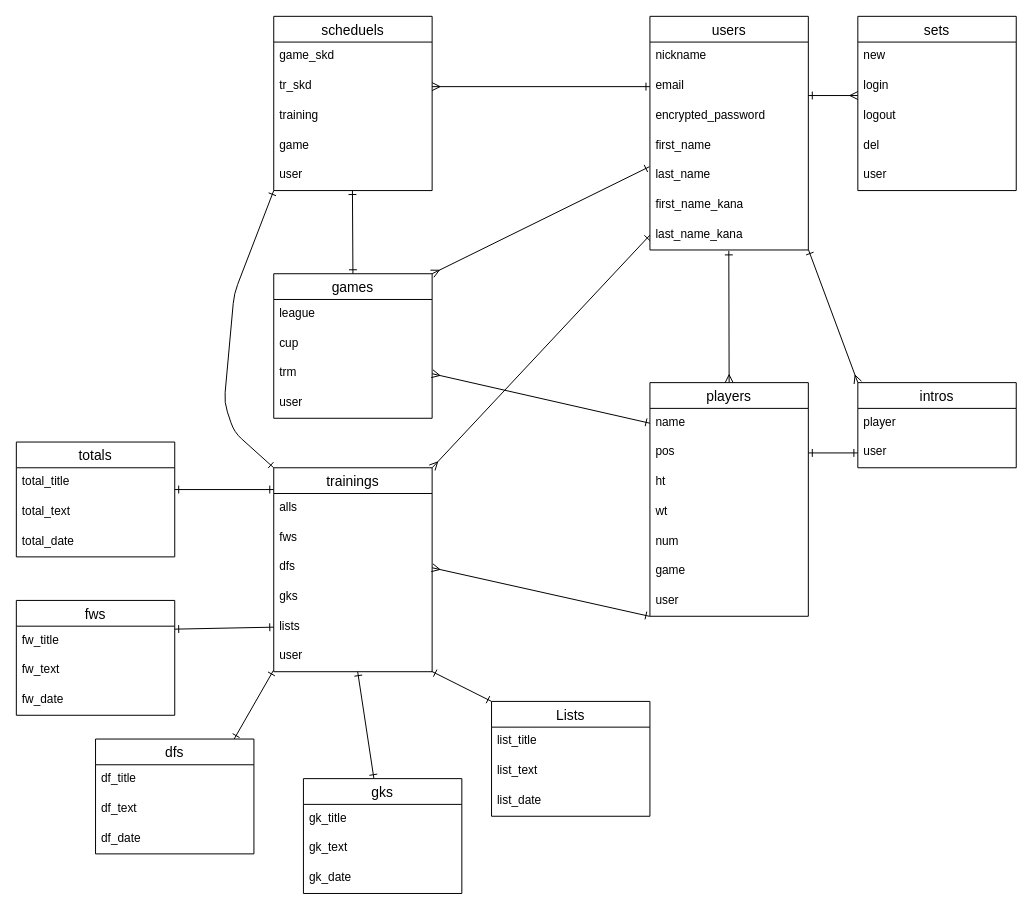
Before: test.dio in 120-seto/teammg, a draw.io diagram. Source tidied: cells renumbered, new cells numbered last; positions are measured from the earlier drawing's top-left corner, leaving out a move shared by most shapes. Both pictures are drawn from the tidied source at 99%, with x=0, y=0 at pixel (16, 16).
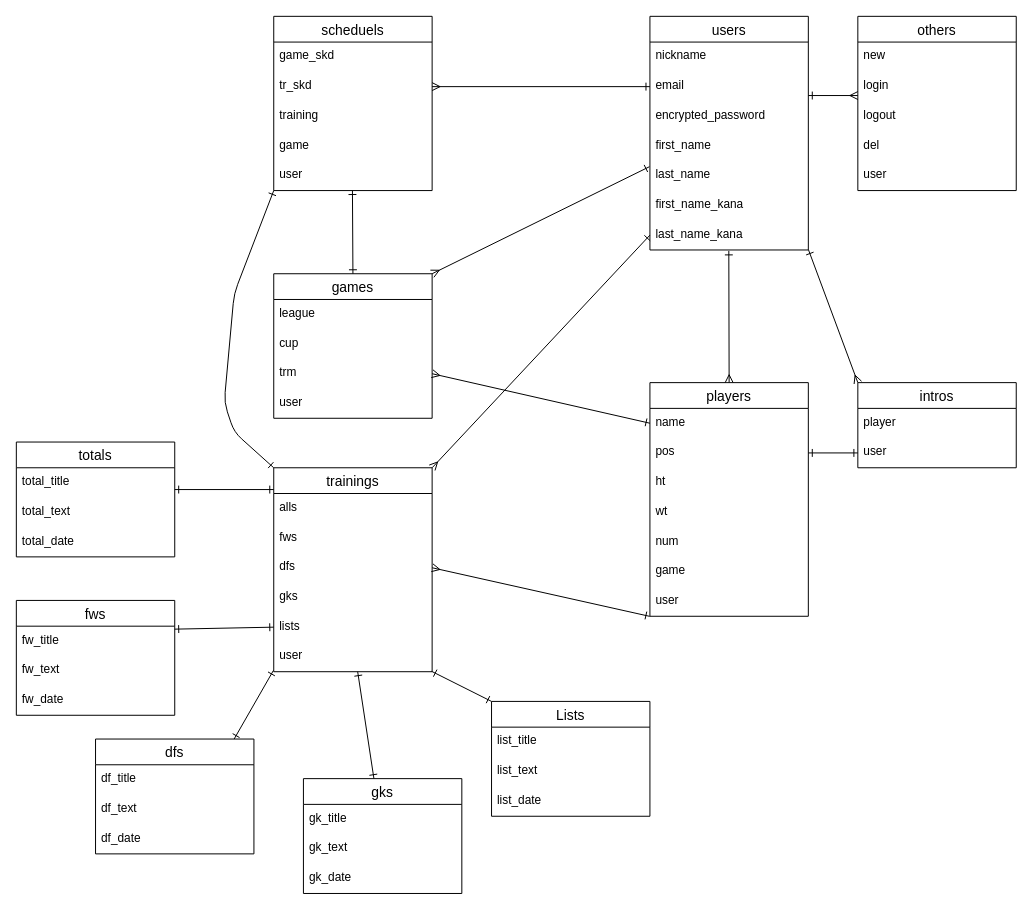
Above is the later version.

What changed in the source:
```diff
@@
-    <mxCell id="31" value="sets" style="swimlane;fontStyle=0;horizontal=1;startSize=26;align=center;fontSize=14;" parent="1" vertex="1">
+    <mxCell id="31" value="others" style="swimlane;fontStyle=0;horizontal=1;startSize=26;align=center;fontSize=14;" parent="1" vertex="1">
       <mxGeometry x="850" width="160" height="176" as="geometry" />
     </mxCell>
```
